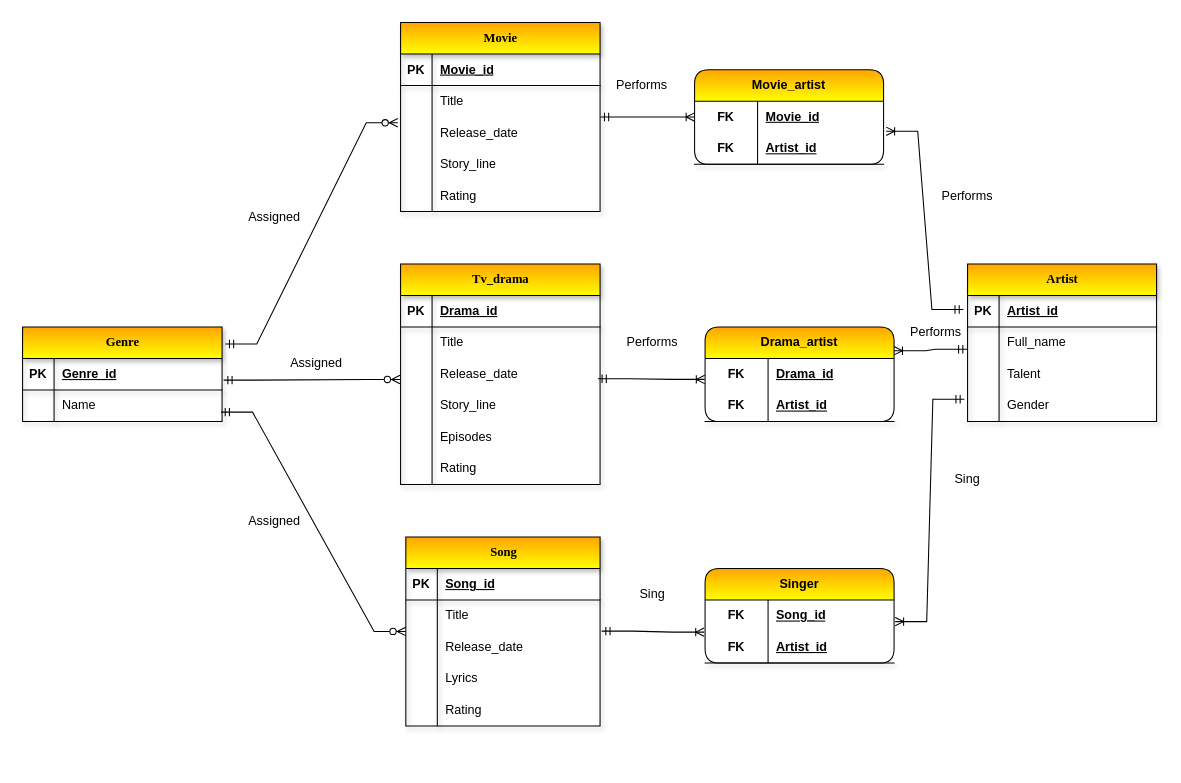
This is PakFlix Database Project.drawio from MuhammadUsmanBash/PakFlix-Database-Project, a draw.io file, before an edit. Source tidied: cells renumbered, new cells numbered last; positions are measured from the earlier drawing's top-left corner, leaving out a move shared by most shapes. Both pictures are drawn from the tidied source at 105%, with x=0, y=0 at pixel (22, -198).
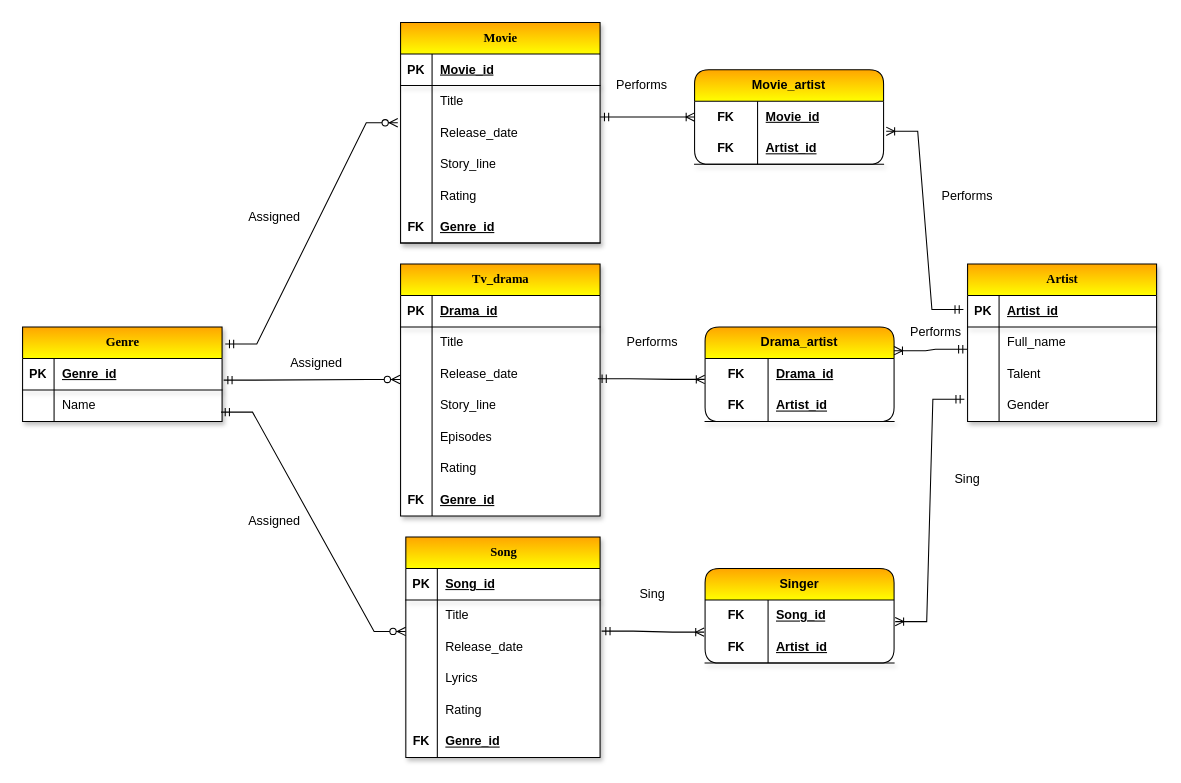
The same page after the edit.

Diff of the diagram source:
```diff
@@
-    <mxCell id="2" value="&lt;font face=&quot;Times New Roman&quot;&gt;Movie&lt;/font&gt;" style="shape=table;startSize=30;childLayout=tableLayout;rowLines=0;fontStyle=1;align=center;html=1;gradientColor=#FFFF00;swimlaneFillColor=none;fillColor=#FFA500;shadow=1;" parent="1" vertex="1">
-      <mxGeometry x="360" y="210" width="190" height="180" as="geometry" />
+    <mxCell id="2" value="&lt;font face=&quot;Times New Roman&quot;&gt;Movie&lt;/font&gt;" style="shape=table;startSize=30;childLayout=tableLayout;rowLines=0;fontStyle=1;align=center;html=1;gradientColor=#FFFF00;swimlaneFillColor=default;fillColor=#FFA500;shadow=1;" parent="1" vertex="1">
+      <mxGeometry x="360" y="210" width="190" height="210" as="geometry" />
     </mxCell>
@@
+    <mxCell id="112" style="shape=tableRow;horizontal=0;startSize=0;swimlaneHead=0;swimlaneBody=0;fillColor=none;top=0;left=0;right=0;bottom=1;shadow=1;" parent="2" vertex="1">
+      <mxGeometry y="180" width="190" height="30" as="geometry" />
+    </mxCell>
+    <mxCell id="113" value="FK" style="shape=partialRectangle;fillColor=none;top=0;left=0;bottom=0;right=0;fontStyle=1;overflow=hidden;whiteSpace=wrap;html=1;shadow=1;" parent="112" vertex="1">
+      <mxGeometry width="30" height="30" as="geometry" />
+    </mxCell>
+    <mxCell id="114" value="Genre_id" style="shape=partialRectangle;fillColor=none;top=0;left=0;bottom=0;right=0;align=left;spacingLeft=6;fontStyle=5;overflow=hidden;whiteSpace=wrap;html=1;shadow=1;" parent="112" vertex="1">
+      <mxGeometry x="30" width="160" height="30" as="geometry" />
+    </mxCell>
-    <mxCell id="18" value="&lt;font face=&quot;Times New Roman&quot;&gt;Tv_drama&lt;/font&gt;" style="shape=table;startSize=30;childLayout=tableLayout;rowLines=0;fontStyle=1;align=center;html=1;gradientColor=#FFFF00;swimlaneFillColor=none;fillColor=#FFA500;shadow=1;" parent="1" vertex="1">
-      <mxGeometry x="360" y="440" width="190" height="210" as="geometry" />
+    <mxCell id="18" value="&lt;font face=&quot;Times New Roman&quot;&gt;Tv_drama&lt;/font&gt;" style="shape=table;startSize=30;childLayout=tableLayout;rowLines=0;fontStyle=1;align=center;html=1;gradientColor=#FFFF00;swimlaneFillColor=default;fillColor=#FFA500;shadow=1;" parent="1" vertex="1">
+      <mxGeometry x="360" y="440" width="190" height="240" as="geometry" />
     </mxCell>
@@
+    <mxCell id="115" style="shape=tableRow;horizontal=0;startSize=0;swimlaneHead=0;swimlaneBody=0;fillColor=none;top=0;left=0;right=0;bottom=0;shadow=1;" parent="18" vertex="1">
+      <mxGeometry y="210" width="190" height="30" as="geometry" />
+    </mxCell>
+    <mxCell id="116" value="&lt;b&gt;FK&lt;/b&gt;" style="shape=partialRectangle;fillColor=none;top=0;left=0;bottom=0;right=0;overflow=hidden;whiteSpace=wrap;html=1;shadow=1;" parent="115" vertex="1">
+      <mxGeometry width="30" height="30" as="geometry" />
+    </mxCell>
+    <mxCell id="117" value="&lt;b&gt;&lt;u&gt;Genre_id&lt;/u&gt;&lt;/b&gt;" style="shape=partialRectangle;fillColor=none;top=0;left=0;bottom=0;right=0;align=left;spacingLeft=6;overflow=hidden;whiteSpace=wrap;html=1;shadow=1;" parent="115" vertex="1">
+      <mxGeometry x="30" width="160" height="30" as="geometry" />
+    </mxCell>
-    <mxCell id="37" value="&lt;font face=&quot;Times New Roman&quot;&gt;Song&lt;/font&gt;" style="shape=table;startSize=30;childLayout=tableLayout;rowLines=0;fontStyle=1;align=center;html=1;gradientColor=#FFFF00;swimlaneFillColor=none;fillColor=#FFA500;shadow=1;" parent="1" vertex="1">
-      <mxGeometry x="365" y="700" width="185" height="180" as="geometry" />
+    <mxCell id="37" value="&lt;font face=&quot;Times New Roman&quot;&gt;Song&lt;/font&gt;" style="shape=table;startSize=30;childLayout=tableLayout;rowLines=0;fontStyle=1;align=center;html=1;gradientColor=#FFFF00;swimlaneFillColor=default;fillColor=#FFA500;shadow=1;" parent="1" vertex="1">
+      <mxGeometry x="365" y="700" width="185" height="210" as="geometry" />
     </mxCell>
@@
+    <mxCell id="118" style="shape=tableRow;horizontal=0;startSize=0;swimlaneHead=0;swimlaneBody=0;fillColor=none;top=0;left=0;right=0;bottom=0;shadow=1;" parent="37" vertex="1">
+      <mxGeometry y="180" width="185" height="30" as="geometry" />
+    </mxCell>
+    <mxCell id="119" value="&lt;b&gt;FK&lt;/b&gt;" style="shape=partialRectangle;fillColor=none;top=0;left=0;bottom=0;right=0;overflow=hidden;whiteSpace=wrap;html=1;shadow=1;" parent="118" vertex="1">
+      <mxGeometry width="30" height="30" as="geometry" />
+    </mxCell>
+    <mxCell id="120" value="&lt;u&gt;&lt;b&gt;Genre_id&lt;/b&gt;&lt;/u&gt;" style="shape=partialRectangle;fillColor=none;top=0;left=0;bottom=0;right=0;align=left;spacingLeft=6;overflow=hidden;whiteSpace=wrap;html=1;shadow=1;" parent="118" vertex="1">
+      <mxGeometry x="30" width="155" height="30" as="geometry" />
+    </mxCell>
-    <mxCell id="53" value="&lt;font face=&quot;Times New Roman&quot;&gt;Genre&lt;/font&gt;" style="shape=table;startSize=30;childLayout=tableLayout;rowLines=0;fontStyle=1;align=center;html=1;gradientColor=#FFFF00;swimlaneFillColor=none;fillColor=#FFA500;shadow=1;" parent="1" vertex="1">
+    <mxCell id="53" value="&lt;font face=&quot;Times New Roman&quot;&gt;Genre&lt;/font&gt;" style="shape=table;startSize=30;childLayout=tableLayout;rowLines=0;fontStyle=1;align=center;html=1;gradientColor=#FFFF00;swimlaneFillColor=default;fillColor=#FFA500;shadow=1;" parent="1" vertex="1">
       <mxGeometry y="500" width="190" height="90" as="geometry" />
     </mxCell>
@@
-    <mxCell id="60" value="&lt;font face=&quot;Times New Roman&quot;&gt;Artist&lt;/font&gt;" style="shape=table;startSize=30;childLayout=tableLayout;rowLines=0;fontStyle=1;align=center;html=1;gradientColor=#FFFF00;swimlaneFillColor=none;fillColor=#FFA500;shadow=1;" parent="1" vertex="1">
+    <mxCell id="60" value="&lt;font face=&quot;Times New Roman&quot;&gt;Artist&lt;/font&gt;" style="shape=table;startSize=30;childLayout=tableLayout;rowLines=0;fontStyle=1;align=center;html=1;gradientColor=#FFFF00;swimlaneFillColor=default;fillColor=#FFA500;shadow=1;" parent="1" vertex="1">
       <mxGeometry x="900" y="440" width="180" height="150" as="geometry" />
     </mxCell>
```
